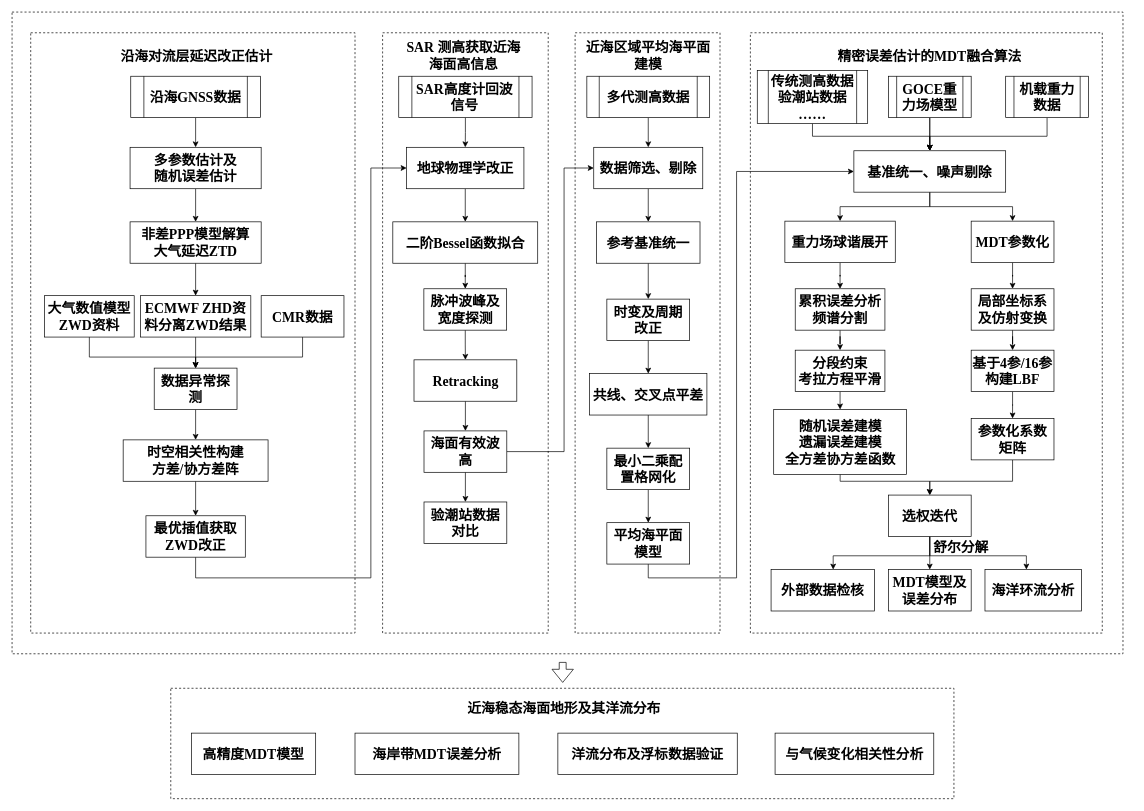
Before: Copy of Multi-source rigorous fusion algorithom for MDT refinement.drawio in skgiter/drawIO, a draw.io diagram. Source tidied: cells renumbered, new cells numbered last; positions are measured from the earlier drawing's top-left corner, leaving out a move shared by most shapes. Both pictures are drawn from the tidied source at 69%, with x=0, y=0 at pixel (12, 12).
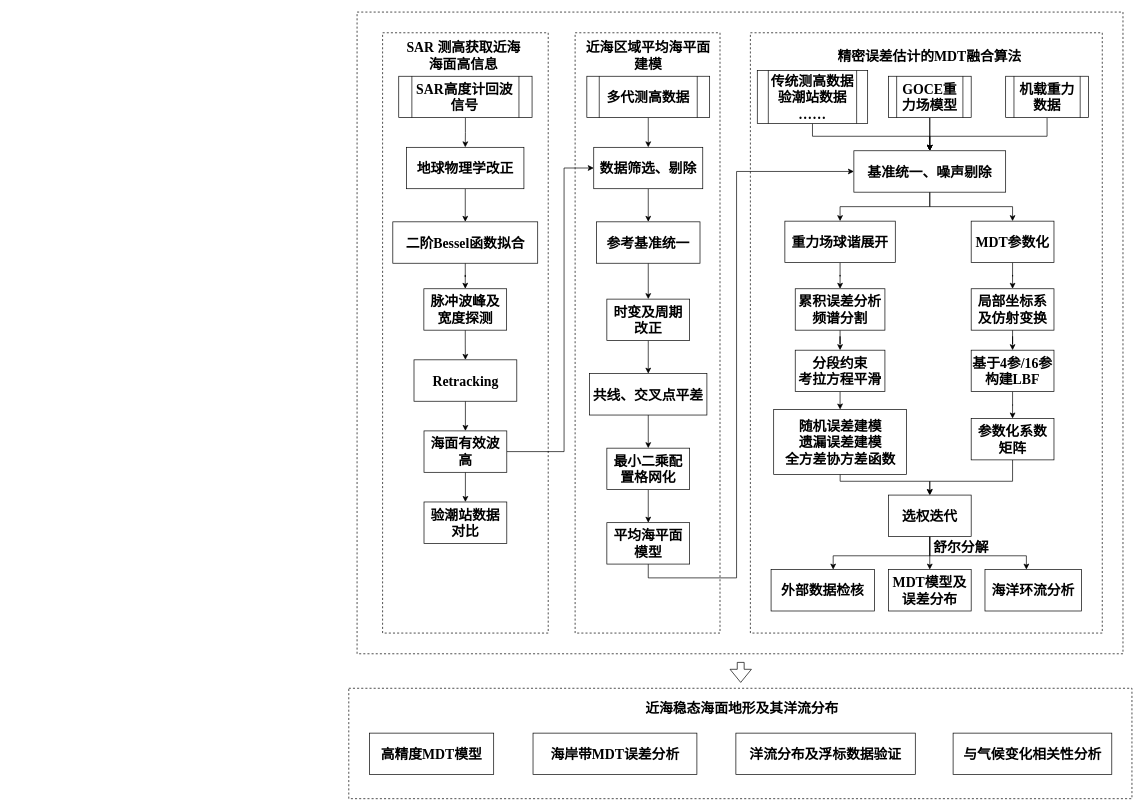
Above is the later version.

The change refers to these unchanged cells:
```xml
<mxCell id="11" value="地球物理学改正" style="rounded=0;whiteSpace=wrap;html=1;fontFamily=Times New Roman;fontStyle=1;fontSize=20;" parent="1" vertex="1">
  <mxGeometry x="571.8" y="196" width="170" height="60" as="geometry" />
</mxCell>
```

Diff of the diagram source:
```diff
@@
     <mxCell id="2" style="rounded=0;whiteSpace=wrap;html=1;dashed=1;fontFamily=Times New Roman;fontSize=20;" parent="1" vertex="1">
-      <mxGeometry width="1610" height="930" as="geometry" />
+      <mxGeometry x="500" width="1110" height="930" as="geometry" />
     </mxCell>
-    <mxCell id="3" style="rounded=0;whiteSpace=wrap;html=1;fontFamily=Times New Roman;fontSize=20;dashed=1;" parent="1" vertex="1">
-      <mxGeometry x="27" y="30" width="470" height="870" as="geometry" />
-    </mxCell>
@@
     <mxCell id="56" style="rounded=0;whiteSpace=wrap;html=1;dashed=1;fontFamily=Times New Roman;fontSize=20;" parent="1" vertex="1">
-      <mxGeometry x="230" y="980" width="1135" height="160" as="geometry" />
+      <mxGeometry x="488" y="980" width="1135" height="160" as="geometry" />
     </mxCell>
     <mxCell id="57" style="shape=flexArrow;endArrow=classic;html=1;entryX=0.5;entryY=0;entryDx=0;entryDy=0;exitX=0.5;exitY=1;exitDx=0;exitDy=0;fontFamily=Times New Roman;fontSize=20;" parent="1" edge="1">
       <mxGeometry relative="1" as="geometry">
-        <mxPoint x="798" y="942" as="sourcePoint" />
-        <mxPoint x="798" y="972" as="targetPoint" />
+        <mxPoint x="1056" y="942" as="sourcePoint" />
+        <mxPoint x="1056" y="972" as="targetPoint" />
       </mxGeometry>
     </mxCell>
     <mxCell id="58" value="海岸带MDT误差分析" style="rounded=0;whiteSpace=wrap;html=1;fontFamily=Times New Roman;fontSize=20;fontStyle=1;" parent="1" vertex="1">
-      <mxGeometry x="497" y="1045" width="237.5" height="60" as="geometry" />
+      <mxGeometry x="755" y="1045" width="237.5" height="60" as="geometry" />
     </mxCell>
     <mxCell id="59" value="近海稳态海面地形及其洋流分布" style="text;html=1;strokeColor=none;fillColor=none;align=center;verticalAlign=middle;whiteSpace=wrap;rounded=0;dashed=1;fontFamily=Times New Roman;fontSize=20;fontStyle=1;" parent="1" vertex="1">
-      <mxGeometry x="618" y="995" width="364" height="25" as="geometry" />
+      <mxGeometry x="876" y="995" width="364" height="25" as="geometry" />
     </mxCell>
     <mxCell id="60" value="洋流分布及浮标数据验证" style="rounded=0;whiteSpace=wrap;html=1;fontFamily=Times New Roman;fontSize=20;fontStyle=1;" parent="1" vertex="1">
-      <mxGeometry x="791" y="1045" width="260" height="60" as="geometry" />
+      <mxGeometry x="1049" y="1045" width="260" height="60" as="geometry" />
     </mxCell>
     <mxCell id="61" value="与气候变化相关性分析" style="rounded=0;whiteSpace=wrap;html=1;fontFamily=Times New Roman;fontSize=20;fontStyle=1;" parent="1" vertex="1">
-      <mxGeometry x="1105.8" y="1045" width="230" height="60" as="geometry" />
+      <mxGeometry x="1363.8" y="1045" width="230" height="60" as="geometry" />
     </mxCell>
     <mxCell id="62" value="高精度MDT模型" style="rounded=0;whiteSpace=wrap;html=1;fontFamily=Times New Roman;fontSize=20;fontStyle=1;" parent="1" vertex="1">
-      <mxGeometry x="260" y="1045" width="180" height="60" as="geometry" />
+      <mxGeometry x="518" y="1045" width="180" height="60" as="geometry" />
     </mxCell>
@@
-    <mxCell id="64" style="edgeStyle=orthogonalEdgeStyle;rounded=0;jettySize=auto;html=1;entryX=0.5;entryY=0;entryDx=0;entryDy=0;fontSize=20;fontFamily=Times New Roman;" parent="1" edge="1" source="65" target="67">
-      <mxGeometry relative="1" as="geometry" />
-    </mxCell>
-    <mxCell id="65" value="&lt;b style=&quot;font-size: 20px;&quot;&gt;沿海GNSS数据&lt;/b&gt;" style="shape=process;whiteSpace=wrap;html=1;backgroundOutline=1;fontFamily=Times New Roman;fontSize=20;fontColor=#000000;align=center;strokeColor=#000000;fillColor=#ffffff;" parent="1" vertex="1">
-      <mxGeometry x="172" y="93" width="188" height="60" as="geometry" />
-    </mxCell>
-    <mxCell id="66" style="edgeStyle=orthogonalEdgeStyle;rounded=0;jettySize=auto;html=1;fontSize=20;fontFamily=Times New Roman;" parent="1" edge="1" source="67" target="69">
-      <mxGeometry relative="1" as="geometry" />
-    </mxCell>
-    <mxCell id="67" value="&lt;b style=&quot;font-size: 20px&quot;&gt;多参数估计及&lt;br&gt;随机误差估计&lt;br style=&quot;font-size: 20px&quot;&gt;&lt;/b&gt;" style="rounded=0;whiteSpace=wrap;html=1;fontSize=20;fontFamily=Times New Roman;" parent="1" vertex="1">
-      <mxGeometry x="171" y="196" width="190" height="60" as="geometry" />
-    </mxCell>
-    <mxCell id="68" style="edgeStyle=orthogonalEdgeStyle;rounded=0;jettySize=auto;html=1;fontSize=20;fontFamily=Times New Roman;" parent="1" edge="1" source="69" target="71">
-      <mxGeometry relative="1" as="geometry" />
-    </mxCell>
-    <mxCell id="69" value="&lt;b style=&quot;font-size: 20px&quot;&gt;非差PPP模型解算&lt;br&gt;&lt;/b&gt;&lt;b style=&quot;font-size: 20px&quot;&gt;大气延迟ZTD&lt;br style=&quot;font-size: 20px&quot;&gt;&lt;/b&gt;" style="rounded=0;whiteSpace=wrap;html=1;fontSize=20;fontFamily=Times New Roman;" parent="1" vertex="1">
-      <mxGeometry x="171" y="304" width="190" height="60" as="geometry" />
-    </mxCell>
-    <mxCell id="70" style="edgeStyle=orthogonalEdgeStyle;rounded=0;jettySize=auto;html=1;fontSize=20;fontFamily=Times New Roman;" parent="1" edge="1" source="71" target="77">
-      <mxGeometry relative="1" as="geometry" />
-    </mxCell>
-    <mxCell id="71" value="&lt;b style=&quot;font-size: 20px;&quot;&gt;ECMWF ZHD资料分离ZWD结果&lt;br style=&quot;font-size: 20px;&quot;&gt;&lt;/b&gt;" style="rounded=0;whiteSpace=wrap;html=1;fontSize=20;fontFamily=Times New Roman;" parent="1" vertex="1">
-      <mxGeometry x="186" y="411" width="160" height="60" as="geometry" />
-    </mxCell>
-    <mxCell id="72" style="edgeStyle=orthogonalEdgeStyle;rounded=0;jettySize=auto;html=1;fontFamily=Times New Roman;fontSize=20;" parent="1" edge="1" source="73" target="77">
-      <mxGeometry relative="1" as="geometry">
-        <Array as="points">
-          <mxPoint x="112" y="500" />
-          <mxPoint x="266" y="500" />
-        </Array>
-      </mxGeometry>
-    </mxCell>
-    <mxCell id="73" value="大气数值模型ZWD资料" style="whiteSpace=wrap;html=1;rounded=0;fontStyle=1;fontSize=20;fontFamily=Times New Roman;" parent="1" vertex="1">
-      <mxGeometry x="47" y="411" width="130" height="60" as="geometry" />
-    </mxCell>
-    <mxCell id="74" style="edgeStyle=orthogonalEdgeStyle;rounded=0;jettySize=auto;html=1;entryX=0.5;entryY=0;entryDx=0;entryDy=0;fontFamily=Times New Roman;fontSize=20;" parent="1" edge="1" source="75" target="77">
-      <mxGeometry relative="1" as="geometry">
-        <Array as="points">
-          <mxPoint x="421" y="500" />
-          <mxPoint x="266" y="500" />
-        </Array>
-      </mxGeometry>
-    </mxCell>
-    <mxCell id="75" value="&lt;span style=&quot;font-size: 20px;&quot;&gt;CMR数据&lt;/span&gt;" style="rounded=0;whiteSpace=wrap;html=1;fontStyle=1;fontSize=20;fontFamily=Times New Roman;" parent="1" vertex="1">
-      <mxGeometry x="361" y="411" width="120" height="60" as="geometry" />
-    </mxCell>
-    <mxCell id="76" style="edgeStyle=orthogonalEdgeStyle;rounded=0;jettySize=auto;html=1;fontSize=20;fontFamily=Times New Roman;" parent="1" edge="1" source="77" target="79">
-      <mxGeometry relative="1" as="geometry" />
-    </mxCell>
-    <mxCell id="77" value="数据异常探测" style="whiteSpace=wrap;html=1;rounded=0;fontStyle=1;fontSize=20;fontFamily=Times New Roman;" parent="1" vertex="1">
-      <mxGeometry x="206" y="516" width="120" height="60" as="geometry" />
-    </mxCell>
-    <mxCell id="78" style="edgeStyle=orthogonalEdgeStyle;rounded=0;jettySize=auto;html=1;fontSize=20;fontFamily=Times New Roman;" parent="1" edge="1" source="79" target="81">
-      <mxGeometry relative="1" as="geometry" />
-    </mxCell>
-    <mxCell id="79" value="&lt;span style=&quot;font-size: 20px&quot;&gt;时空相关性构建&lt;br&gt;方差/协方差阵&lt;/span&gt;" style="whiteSpace=wrap;html=1;rounded=0;fontStyle=1;fontSize=20;fontFamily=Times New Roman;" parent="1" vertex="1">
-      <mxGeometry x="161" y="620" width="210" height="60" as="geometry" />
-    </mxCell>
-    <mxCell id="80" style="edgeStyle=orthogonalEdgeStyle;rounded=0;jettySize=auto;html=1;entryX=0;entryY=0.5;entryDx=0;entryDy=0;fontFamily=Times New Roman;fontSize=20;exitX=0.5;exitY=1;exitDx=0;exitDy=0;" parent="1" edge="1" source="81" target="11">
-      <mxGeometry relative="1" as="geometry">
-        <Array as="points">
-          <mxPoint x="266" y="820" />
-          <mxPoint x="520" y="820" />
-          <mxPoint x="520" y="226" />
-        </Array>
-      </mxGeometry>
-    </mxCell>
-    <mxCell id="81" value="最优插值获取ZWD改正" style="whiteSpace=wrap;html=1;rounded=0;fontStyle=1;fontSize=20;fontFamily=Times New Roman;" parent="1" vertex="1">
-      <mxGeometry x="194" y="730" width="144" height="60" as="geometry" />
-    </mxCell>
-    <mxCell id="82" value="&lt;span style=&quot;font-size: 20px;&quot;&gt;沿海对流层延迟改正估计&lt;/span&gt;" style="text;html=1;strokeColor=none;fillColor=none;align=center;verticalAlign=middle;whiteSpace=wrap;rounded=0;fontFamily=Times New Roman;fontSize=20;fontStyle=1;" parent="1" vertex="1">
-      <mxGeometry x="155.5" y="50" width="223" height="25" as="geometry" />
-    </mxCell>
```
